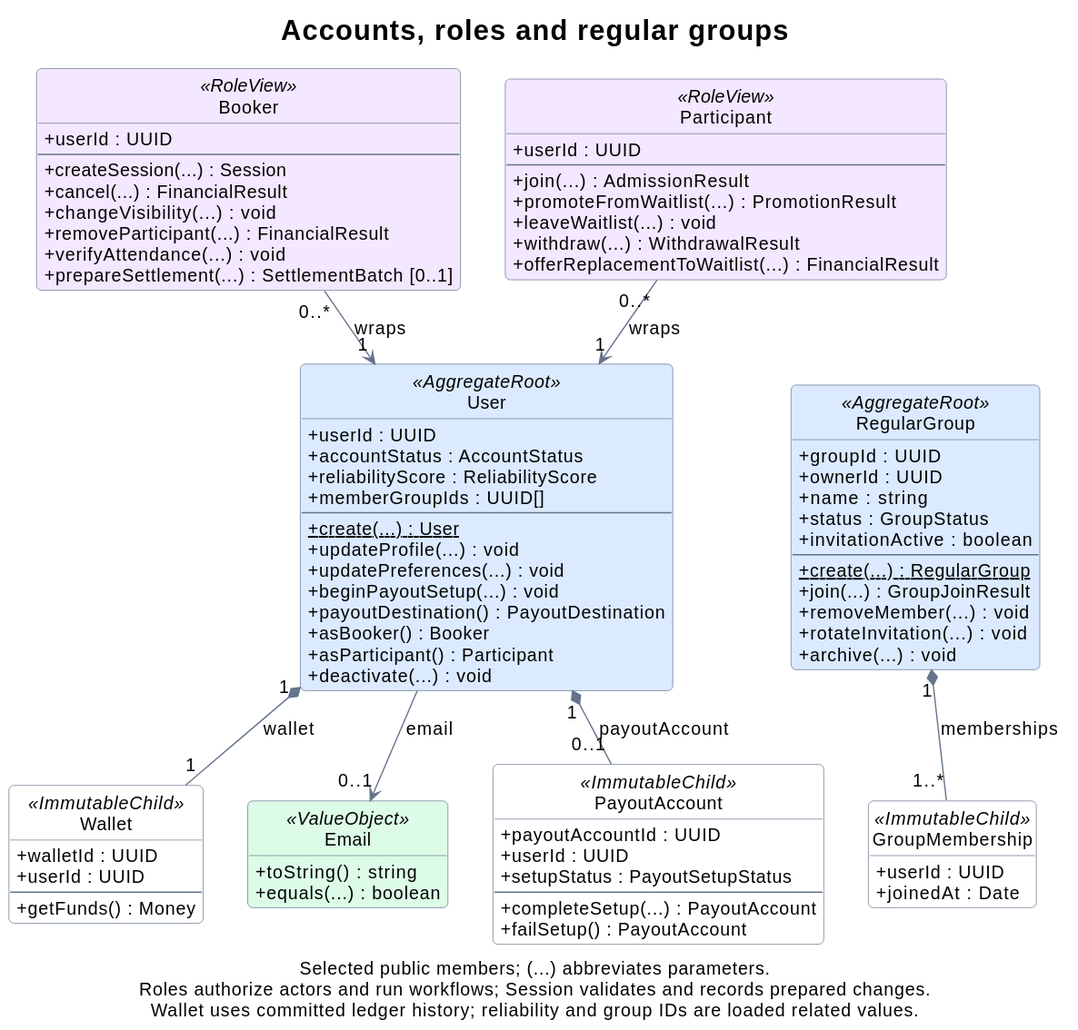
Before: docs/assets/domain-accounts.svg, a diagram exported from PlantUML (rbrishi15/booking-web-manager).
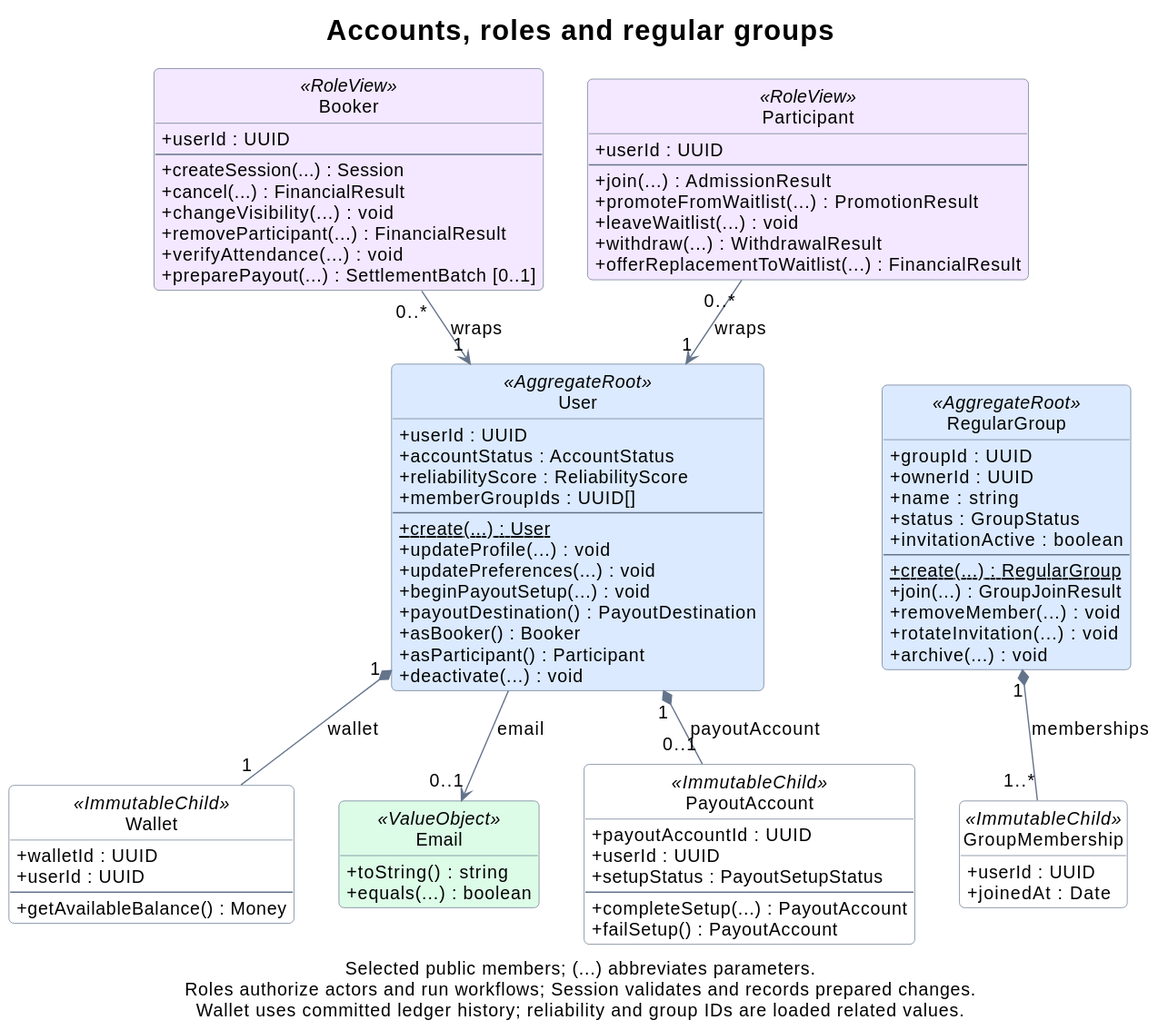
Above is the later version.

What changed in the source:
```diff
@@ -29,7 +29,7 @@
   +changeVisibility(...) : void
   +removeParticipant(...) : FinancialResult
   +verifyAttendance(...) : void
-  +prepareSettlement(...) : SettlementBatch [0..1]
+  +preparePayout(...) : SettlementBatch [0..1]
 }
 
 class Participant <<RoleView>> {
@@ -62,7 +62,7 @@
   +walletId : UUID
   +userId : UUID
   --
-  +getFunds() : Money
+  +getAvailableBalance() : Money
 }
 
 class Email <<ValueObject>> {
```
